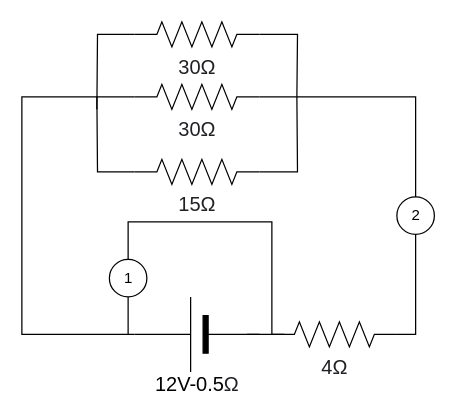
Earlier version of the draw.io diagram Untitled Diagram.drawio (alifma/Magik). Source tidied: cells renumbered, new cells numbered last; positions are measured from the earlier drawing's top-left corner, leaving out a move shared by most shapes. Both pictures are drawn from the tidied source at 125%, with x=0, y=0 at pixel (21, 21).
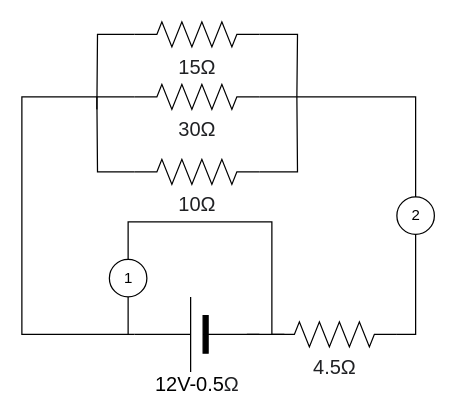
Above is the later version.

What changed in the source:
```diff
@@
-    <mxCell id="4" value="&lt;span style=&quot;color: rgb(32 , 33 , 36) ; font-family: &amp;#34;arial&amp;#34; , sans-serif ; font-size: 16px ; text-align: left ; background-color: rgb(255 , 255 , 255)&quot;&gt;4Ω&lt;/span&gt;" style="verticalLabelPosition=bottom;shadow=0;dashed=0;align=center;html=1;verticalAlign=top;shape=mxgraph.electrical.resistors.resistor_2;" parent="1" vertex="1">
+    <mxCell id="4" value="&lt;span style=&quot;color: rgb(32 , 33 , 36) ; font-family: &amp;#34;arial&amp;#34; , sans-serif ; font-size: 16px ; text-align: left ; background-color: rgb(255 , 255 , 255)&quot;&gt;4.5Ω&lt;/span&gt;" style="verticalLabelPosition=bottom;shadow=0;dashed=0;align=center;html=1;verticalAlign=top;shape=mxgraph.electrical.resistors.resistor_2;" parent="1" vertex="1">
       <mxGeometry x="200" y="240" width="100" height="20" as="geometry" />
     </mxCell>
@@
-    <mxCell id="9" value="&lt;span style=&quot;color: rgb(32 , 33 , 36) ; font-family: &amp;#34;arial&amp;#34; , sans-serif ; font-size: 16px ; text-align: left ; background-color: rgb(255 , 255 , 255)&quot;&gt;30Ω&lt;/span&gt;" style="verticalLabelPosition=bottom;shadow=0;dashed=0;align=center;html=1;verticalAlign=top;shape=mxgraph.electrical.resistors.resistor_2;" parent="1" vertex="1">
+    <mxCell id="9" value="&lt;span style=&quot;color: rgb(32 , 33 , 36) ; font-family: &amp;#34;arial&amp;#34; , sans-serif ; font-size: 16px ; text-align: left ; background-color: rgb(255 , 255 , 255)&quot;&gt;15Ω&lt;/span&gt;" style="verticalLabelPosition=bottom;shadow=0;dashed=0;align=center;html=1;verticalAlign=top;shape=mxgraph.electrical.resistors.resistor_2;" parent="1" vertex="1">
       <mxGeometry x="90" width="100" height="20" as="geometry" />
     </mxCell>
@@
-    <mxCell id="14" value="&lt;div style=&quot;text-align: left ; font-size: 11px&quot;&gt;&lt;/div&gt;&lt;span style=&quot;color: rgb(32 , 33 , 36) ; font-family: &amp;#34;arial&amp;#34; , sans-serif ; font-size: 16px ; text-align: left ; background-color: rgb(255 , 255 , 255)&quot;&gt;15Ω&lt;/span&gt;" style="verticalLabelPosition=bottom;shadow=0;dashed=0;align=center;html=1;verticalAlign=top;shape=mxgraph.electrical.resistors.resistor_2;" parent="1" vertex="1">
+    <mxCell id="14" value="&lt;div style=&quot;text-align: left ; font-size: 11px&quot;&gt;&lt;/div&gt;&lt;span style=&quot;color: rgb(32 , 33 , 36) ; font-family: &amp;#34;arial&amp;#34; , sans-serif ; font-size: 16px ; text-align: left ; background-color: rgb(255 , 255 , 255)&quot;&gt;10Ω&lt;/span&gt;" style="verticalLabelPosition=bottom;shadow=0;dashed=0;align=center;html=1;verticalAlign=top;shape=mxgraph.electrical.resistors.resistor_2;" parent="1" vertex="1">
       <mxGeometry x="90" y="110" width="100" height="20" as="geometry" />
     </mxCell>
```
